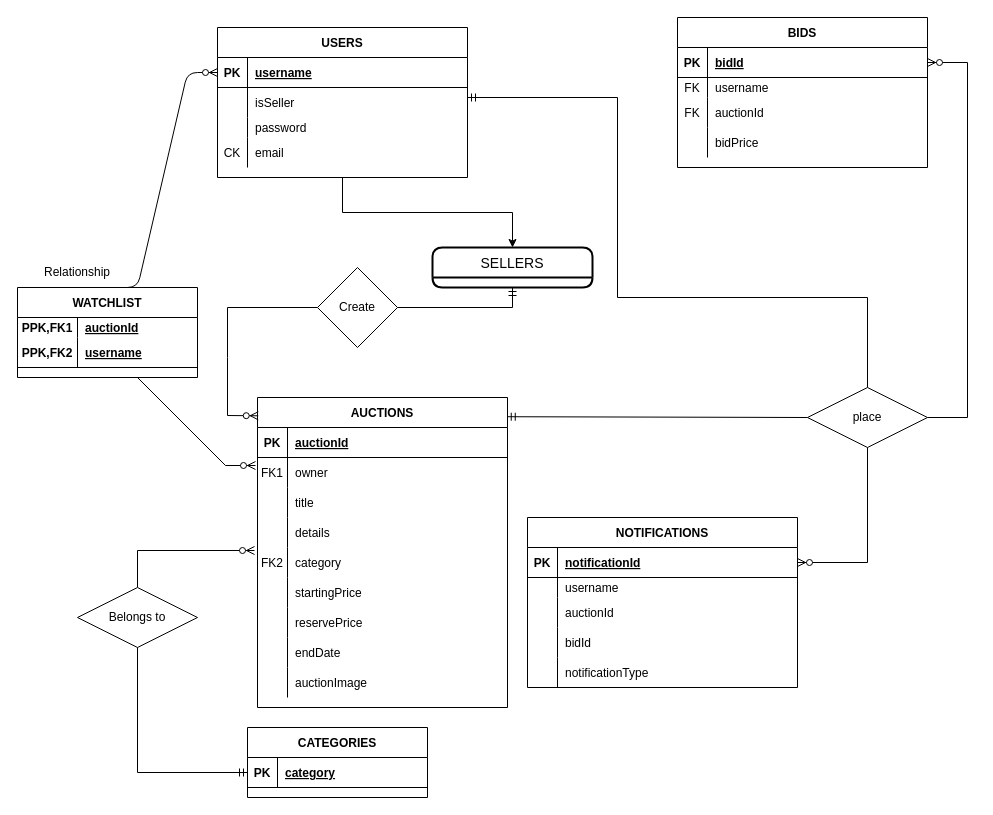
Above: er-diagram.drawio in jcgloria/dbf_project (draw.io), before the change. Source tidied: cells renumbered, new cells numbered last; positions are measured from the earlier drawing's top-left corner, leaving out a move shared by most shapes. Both pictures are drawn from the tidied source at 100%, with x=0, y=0 at pixel (17, 17).
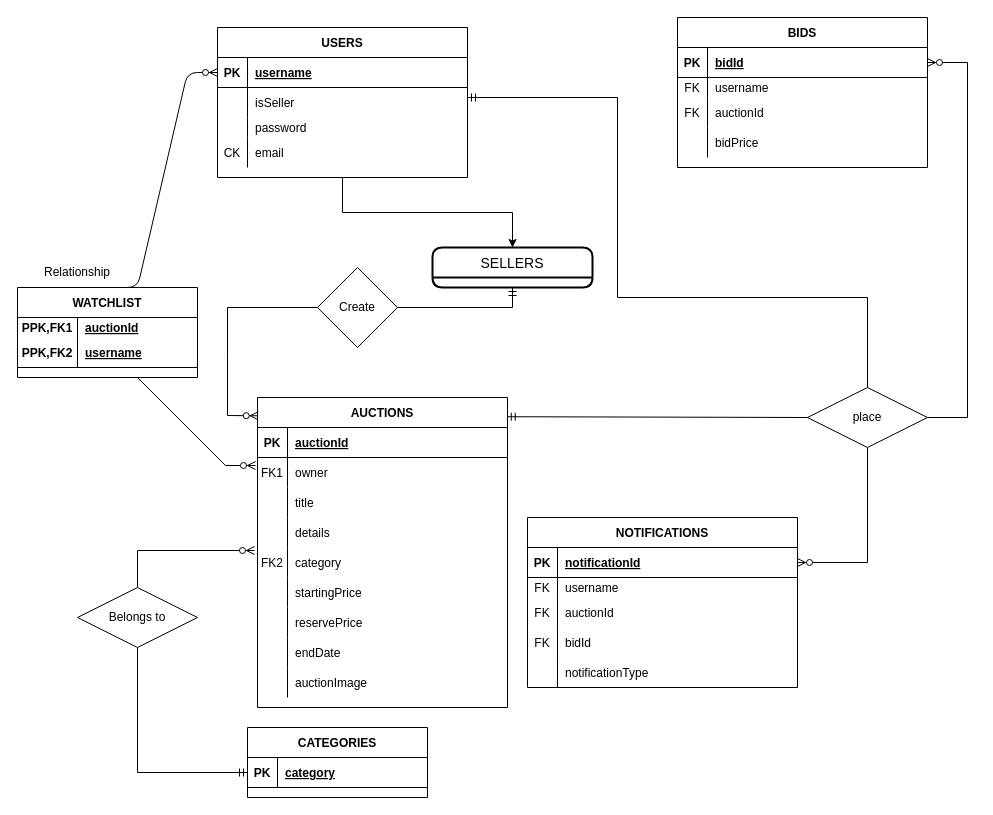
Above is the later version.

The change refers to these unchanged cells:
```xml
<mxCell id="80" style="shape=partialRectangle;fillColor=none;top=0;left=0;right=0;bottom=0;" parent="76" vertex="1">
  <mxGeometry y="60" width="270" height="20" as="geometry" />
</mxCell>
<mxCell id="83" style="shape=partialRectangle;fillColor=none;top=0;left=0;right=0;bottom=0;" parent="76" vertex="1">
  <mxGeometry y="80" width="270" height="30" as="geometry" />
</mxCell>
<mxCell id="86" style="shape=partialRectangle;fillColor=none;top=0;left=0;right=0;bottom=0;" parent="76" vertex="1">
  <mxGeometry y="110" width="270" height="30" as="geometry" />
</mxCell>
```

Change to the diagram source:
```diff
@@
-    <mxCell id="81" style="shape=partialRectangle;overflow=hidden;fillColor=none;top=0;left=0;bottom=0;right=0;" parent="80" vertex="1">
+    <mxCell id="81" value="FK" style="shape=partialRectangle;overflow=hidden;fillColor=none;top=0;left=0;bottom=0;right=0;" parent="80" vertex="1">
       <mxGeometry width="30" height="20" as="geometry" />
     </mxCell>
@@
-    <mxCell id="84" style="shape=partialRectangle;overflow=hidden;fillColor=none;top=0;left=0;bottom=0;right=0;" parent="83" vertex="1">
+    <mxCell id="84" value="FK" style="shape=partialRectangle;overflow=hidden;fillColor=none;top=0;left=0;bottom=0;right=0;" parent="83" vertex="1">
       <mxGeometry width="30" height="30" as="geometry" />
     </mxCell>
@@
-    <mxCell id="87" style="shape=partialRectangle;overflow=hidden;fillColor=none;top=0;left=0;bottom=0;right=0;" parent="86" vertex="1">
+    <mxCell id="87" value="FK" style="shape=partialRectangle;overflow=hidden;fillColor=none;top=0;left=0;bottom=0;right=0;" parent="86" vertex="1">
       <mxGeometry width="30" height="30" as="geometry" />
     </mxCell>
```
